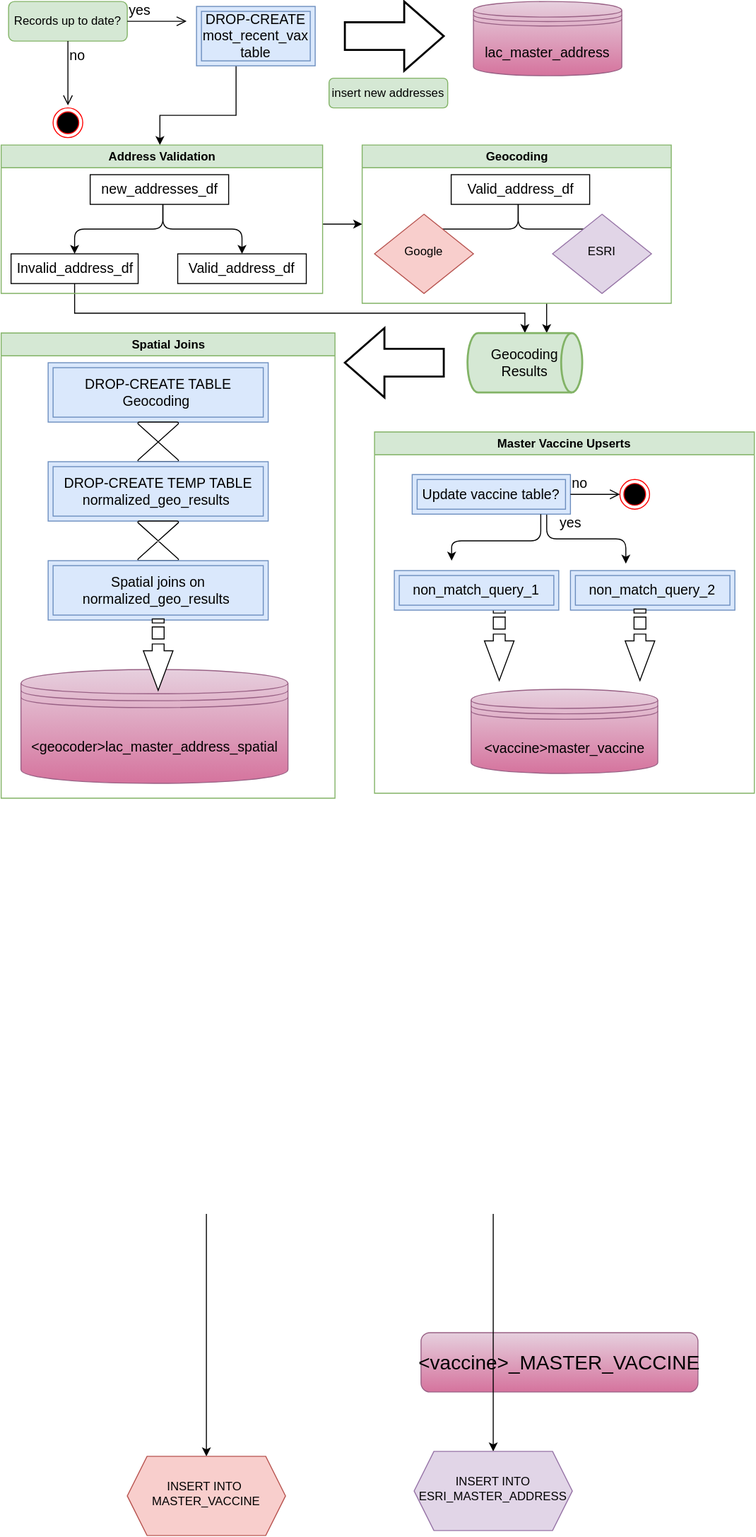
Primordial-Haggis/LA_county_vax_etl_workflow keeps this draw.io diagram as conolidated_address_pipeline.drawio.svg. Above is the earlier version. Source tidied: cells renumbered, new cells last; positions are measured from the earlier drawing's top-left corner, leaving out a move shared by most shapes. Source of this version:
```xml
<mxGraphModel>
  <root>
    <mxCell id="0" />
    <mxCell id="1" parent="0" />
    <mxCell id="2" value="&lt;font color=&quot;#000000&quot;&gt;&amp;lt;vaccine&amp;gt;_MASTER_VACCINE&lt;/font&gt;" style="rounded=1;whiteSpace=wrap;html=1;fontSize=20;fillColor=#e6d0de;gradientColor=#d5739d;strokeColor=#996185;" parent="1" vertex="1">
      <mxGeometry x="425" y="1345" width="280" height="60" as="geometry" />
    </mxCell>
    <mxCell id="3" style="edgeStyle=orthogonalEdgeStyle;rounded=0;jettySize=auto;html=1;fontSize=20;fontColor=#000000;" parent="1" edge="1" target="5">
      <mxGeometry relative="1" as="geometry">
        <mxPoint x="208" y="1225" as="sourcePoint" />
      </mxGeometry>
    </mxCell>
    <mxCell id="4" style="edgeStyle=orthogonalEdgeStyle;rounded=0;jettySize=auto;html=1;fontSize=20;fontColor=#000000;" parent="1" edge="1" target="6">
      <mxGeometry relative="1" as="geometry">
        <mxPoint x="498" y="1225" as="sourcePoint" />
      </mxGeometry>
    </mxCell>
    <mxCell id="5" value="INSERT INTO&amp;nbsp;&lt;br&gt;MASTER_VACCINE" style="shape=hexagon;perimeter=hexagonPerimeter2;whiteSpace=wrap;html=1;fixedSize=1;fillColor=#f8cecc;strokeColor=#b85450;shadow=0;strokeWidth=1;spacing=6;spacingTop=-4;" parent="1" vertex="1">
      <mxGeometry x="128" y="1470" width="160" height="80" as="geometry" />
    </mxCell>
    <mxCell id="6" value="INSERT INTO ESRI_MASTER_ADDRESS" style="shape=hexagon;perimeter=hexagonPerimeter2;whiteSpace=wrap;html=1;fixedSize=1;fillColor=#e1d5e7;strokeColor=#9673a6;shadow=0;strokeWidth=1;spacing=6;spacingTop=-4;" parent="1" vertex="1">
      <mxGeometry x="418" y="1465" width="160" height="80" as="geometry" />
    </mxCell>
    <mxCell id="7" value="insert new addresses" style="rounded=1;whiteSpace=wrap;html=1;fontSize=12;glass=0;strokeWidth=1;shadow=0;fillColor=#d5e8d4;strokeColor=#82b366;" parent="1" vertex="1">
      <mxGeometry x="332" y="77.5" width="120" height="30" as="geometry" />
    </mxCell>
    <mxCell id="8" value="&lt;font style=&quot;font-size: 14px;&quot;&gt;lac_master_address&lt;/font&gt;" style="shape=datastore;whiteSpace=wrap;html=1;fontSize=18;fontSize=20;fillColor=#e6d0de;gradientColor=#d5739d;strokeColor=#996185;" parent="1" vertex="1">
      <mxGeometry x="478" width="150" height="75" as="geometry" />
    </mxCell>
    <mxCell id="9" style="edgeStyle=orthogonalEdgeStyle;rounded=0;jettySize=auto;html=1;fontSize=14;exitX=0.5;exitY=1;exitDx=0;exitDy=0;" parent="1" edge="1" source="13" target="28">
      <mxGeometry relative="1" as="geometry">
        <Array as="points">
          <mxPoint x="75" y="315" />
          <mxPoint x="530" y="315" />
        </Array>
      </mxGeometry>
    </mxCell>
    <mxCell id="10" style="edgeStyle=orthogonalEdgeStyle;rounded=0;jettySize=auto;html=1;fontSize=14;entryX=0;entryY=0.5;entryDx=0;entryDy=0;" parent="1" edge="1" source="11" target="20">
      <mxGeometry relative="1" as="geometry">
        <Array as="points">
          <mxPoint x="338" y="225" />
          <mxPoint x="338" y="225" />
        </Array>
      </mxGeometry>
    </mxCell>
    <mxCell id="11" value="Address Validation" style="horizontal=1;whiteSpace=wrap;html=1;fontSize=12;glass=0;strokeWidth=1;shadow=0;fillColor=#d5e8d4;strokeColor=#82b366;swimlane;" parent="1" vertex="1">
      <mxGeometry x="0.5" y="145" width="325" height="150" as="geometry" />
    </mxCell>
    <mxCell id="12" value="new_addresses_df" style="whiteSpace=wrap;html=1;fontSize=14;" parent="11" vertex="1">
      <mxGeometry x="90" y="30" width="140" height="30" as="geometry" />
    </mxCell>
    <mxCell id="13" value="Invalid_address_df" style="whiteSpace=wrap;html=1;fontSize=14;" parent="11" vertex="1">
      <mxGeometry x="10" y="110" width="128.5" height="30" as="geometry" />
    </mxCell>
    <mxCell id="14" style="edgeStyle=elbowEdgeStyle;elbow=vertical;html=1;rounded=1;curved=0;sourcePerimeterSpacing=0;targetPerimeterSpacing=0;startSize=6;endSize=6;fontSize=14;" parent="11" edge="1" target="13">
      <mxGeometry relative="1" as="geometry">
        <mxPoint x="163.5" y="60" as="sourcePoint" />
      </mxGeometry>
    </mxCell>
    <mxCell id="15" style="edgeStyle=elbowEdgeStyle;elbow=vertical;html=1;rounded=1;curved=0;sourcePerimeterSpacing=0;targetPerimeterSpacing=0;startSize=6;endSize=6;fontSize=14;" parent="11" edge="1" target="16">
      <mxGeometry relative="1" as="geometry">
        <mxPoint x="163.5" y="60" as="sourcePoint" />
      </mxGeometry>
    </mxCell>
    <mxCell id="16" value="Valid_address_df" style="whiteSpace=wrap;html=1;fontSize=14;" parent="11" vertex="1">
      <mxGeometry x="178.5" y="110" width="130" height="30" as="geometry" />
    </mxCell>
    <mxCell id="17" style="edgeStyle=orthogonalEdgeStyle;rounded=0;jettySize=auto;html=1;fontSize=14;" parent="1" edge="1" source="18">
      <mxGeometry relative="1" as="geometry">
        <mxPoint x="161" y="145" as="targetPoint" />
        <Array as="points">
          <mxPoint x="238" y="115" />
          <mxPoint x="161" y="115" />
        </Array>
      </mxGeometry>
    </mxCell>
    <mxCell id="18" value="DROP-CREATE most_recent_vax table" style="shape=ext;margin=3;double=1;whiteSpace=wrap;html=1;align=center;fontSize=14;fillColor=#dae8fc;strokeColor=#6c8ebf;" parent="1" vertex="1">
      <mxGeometry x="198" y="5" width="120" height="60" as="geometry" />
    </mxCell>
    <mxCell id="19" style="edgeStyle=orthogonalEdgeStyle;rounded=0;jettySize=auto;html=1;fontSize=14;entryX=0.69;entryY=0;entryDx=0;entryDy=0;entryPerimeter=0;" parent="1" edge="1" target="28">
      <mxGeometry relative="1" as="geometry">
        <mxPoint x="552" y="305" as="sourcePoint" />
      </mxGeometry>
    </mxCell>
    <mxCell id="20" value="Geocoding" style="horizontal=1;whiteSpace=wrap;html=1;fontSize=12;glass=0;strokeWidth=1;shadow=0;fillColor=#d5e8d4;strokeColor=#82b366;swimlane;" parent="1" vertex="1">
      <mxGeometry x="365.5" y="145" width="312.5" height="160" as="geometry" />
    </mxCell>
    <mxCell id="21" value="Valid_address_df" style="whiteSpace=wrap;html=1;fontSize=14;" parent="20" vertex="1">
      <mxGeometry x="90" y="30" width="140" height="30" as="geometry" />
    </mxCell>
    <mxCell id="22" style="edgeStyle=elbowEdgeStyle;elbow=vertical;html=1;rounded=1;curved=0;targetPerimeterSpacing=0;startSize=6;endSize=6;fontSize=14;startArrow=none;" parent="20" edge="1" source="27">
      <mxGeometry relative="1" as="geometry">
        <mxPoint x="74.2" y="110" as="targetPoint" />
      </mxGeometry>
    </mxCell>
    <mxCell id="23" style="edgeStyle=elbowEdgeStyle;elbow=vertical;html=1;rounded=1;curved=0;targetPerimeterSpacing=0;startSize=6;endSize=6;fontSize=14;startArrow=none;" parent="20" edge="1" source="26">
      <mxGeometry relative="1" as="geometry">
        <mxPoint x="243.5" y="110" as="targetPoint" />
      </mxGeometry>
    </mxCell>
    <mxCell id="24" style="edgeStyle=elbowEdgeStyle;elbow=vertical;html=1;rounded=1;curved=0;sourcePerimeterSpacing=0;targetPerimeterSpacing=0;startSize=6;endSize=6;fontSize=14;" parent="20" edge="1">
      <mxGeometry relative="1" as="geometry">
        <mxPoint x="157.8" y="60" as="sourcePoint" />
        <mxPoint x="237.8" y="110" as="targetPoint" />
      </mxGeometry>
    </mxCell>
    <mxCell id="25" style="edgeStyle=elbowEdgeStyle;elbow=vertical;html=1;rounded=1;curved=0;sourcePerimeterSpacing=0;targetPerimeterSpacing=0;startSize=6;endSize=6;fontSize=14;" parent="20" edge="1">
      <mxGeometry relative="1" as="geometry">
        <mxPoint x="157.8" y="60" as="sourcePoint" />
        <mxPoint x="68.5" y="110" as="targetPoint" />
      </mxGeometry>
    </mxCell>
    <mxCell id="26" value="ESRI" style="rhombus;whiteSpace=wrap;html=1;shadow=0;fontFamily=Helvetica;fontSize=12;align=center;strokeWidth=1;spacing=6;spacingTop=-4;fillColor=#e1d5e7;strokeColor=#9673a6;" parent="20" vertex="1">
      <mxGeometry x="192.5" y="70" width="100" height="80" as="geometry" />
    </mxCell>
    <mxCell id="27" value="Google" style="rhombus;whiteSpace=wrap;html=1;shadow=0;fontFamily=Helvetica;fontSize=12;align=center;strokeWidth=1;spacing=6;spacingTop=-4;fillColor=#f8cecc;strokeColor=#b85450;" parent="20" vertex="1">
      <mxGeometry x="12.5" y="70" width="100" height="80" as="geometry" />
    </mxCell>
    <mxCell id="28" value="Geocoding Results" style="strokeWidth=2;html=1;shape=mxgraph.flowchart.direct_data;whiteSpace=wrap;fontSize=14;fillColor=#d5e8d4;strokeColor=#82b366;" parent="1" vertex="1">
      <mxGeometry x="472" y="335" width="116" height="60" as="geometry" />
    </mxCell>
    <mxCell id="29" style="verticalLabelPosition=bottom;verticalAlign=top;html=1;strokeWidth=2;shape=mxgraph.arrows2.arrow;dy=0.6;dx=40;notch=0;fontSize=14;rotation=-180;" parent="1" vertex="1">
      <mxGeometry x="348" y="330" width="100" height="70" as="geometry" />
    </mxCell>
    <mxCell id="30" value="Spatial Joins" style="horizontal=1;whiteSpace=wrap;html=1;fontSize=12;glass=0;strokeWidth=1;shadow=0;fillColor=#d5e8d4;strokeColor=#82b366;swimlane;" parent="1" vertex="1">
      <mxGeometry x="0.5" y="335" width="337.5" height="470" as="geometry" />
    </mxCell>
    <mxCell id="31" value="DROP-CREATE TABLE&lt;br&gt;Geocoding&amp;nbsp;" style="shape=ext;margin=3;double=1;whiteSpace=wrap;html=1;align=center;fontSize=14;fillColor=#dae8fc;strokeColor=#6c8ebf;" parent="30" vertex="1">
      <mxGeometry x="47.5" y="30" width="222.5" height="60" as="geometry" />
    </mxCell>
    <mxCell id="32" value="&lt;font style=&quot;font-size: 14px;&quot;&gt;&amp;lt;geocoder&amp;gt;lac_master_address_spatial&lt;/font&gt;" style="shape=datastore;whiteSpace=wrap;html=1;fontSize=18;fontSize=20;fillColor=#e6d0de;gradientColor=#d5739d;strokeColor=#996185;" parent="30" vertex="1">
      <mxGeometry x="20" y="340" width="270" height="115" as="geometry" />
    </mxCell>
    <mxCell id="33" style="verticalLabelPosition=bottom;verticalAlign=top;html=1;shape=mxgraph.flowchart.collate;fontSize=14;" parent="30" vertex="1">
      <mxGeometry x="138.1" y="90" width="41.2" height="40" as="geometry" />
    </mxCell>
    <mxCell id="34" value="DROP-CREATE TEMP TABLE&lt;br&gt;normalized_geo_results&amp;nbsp;" style="shape=ext;margin=3;double=1;whiteSpace=wrap;html=1;align=center;fontSize=14;fillColor=#dae8fc;strokeColor=#6c8ebf;" parent="30" vertex="1">
      <mxGeometry x="47.5" y="130" width="222.5" height="60" as="geometry" />
    </mxCell>
    <mxCell id="35" style="verticalLabelPosition=bottom;verticalAlign=top;html=1;shape=mxgraph.flowchart.collate;fontSize=14;" parent="30" vertex="1">
      <mxGeometry x="138.1" y="190" width="41.2" height="40" as="geometry" />
    </mxCell>
    <mxCell id="36" value="Spatial joins on normalized_geo_results&amp;nbsp;" style="shape=ext;margin=3;double=1;whiteSpace=wrap;html=1;align=center;fontSize=14;fillColor=#dae8fc;strokeColor=#6c8ebf;" parent="30" vertex="1">
      <mxGeometry x="47.5" y="230" width="222.5" height="60" as="geometry" />
    </mxCell>
    <mxCell id="37" style="html=1;shadow=0;dashed=0;align=center;verticalAlign=middle;shape=mxgraph.arrows2.stripedArrow;dy=0.6;dx=40;notch=25.24;fontSize=14;rotation=90;" parent="30" vertex="1">
      <mxGeometry x="122.7" y="310" width="72.2" height="30" as="geometry" />
    </mxCell>
    <mxCell id="38" style="verticalLabelPosition=bottom;verticalAlign=top;html=1;strokeWidth=2;shape=mxgraph.arrows2.arrow;dy=0.6;dx=40;notch=0;fontSize=14;rotation=0;" parent="1" vertex="1">
      <mxGeometry x="348" width="100" height="70" as="geometry" />
    </mxCell>
    <mxCell id="39" value="Master Vaccine Upserts" style="horizontal=1;whiteSpace=wrap;html=1;fontSize=12;glass=0;strokeWidth=1;shadow=0;fillColor=#d5e8d4;strokeColor=#82b366;swimlane;" parent="1" vertex="1">
      <mxGeometry x="378" y="435" width="384" height="365" as="geometry" />
    </mxCell>
    <mxCell id="40" style="html=1;shadow=0;dashed=0;align=center;verticalAlign=middle;shape=mxgraph.arrows2.stripedArrow;dy=0.6;dx=40;notch=25.24;fontSize=14;rotation=90;" parent="39" vertex="1">
      <mxGeometry x="90" y="200" width="72.2" height="30" as="geometry" />
    </mxCell>
    <mxCell id="41" value="&lt;font style=&quot;font-size: 14px;&quot;&gt;&amp;lt;vaccine&amp;gt;master_vaccine&lt;/font&gt;" style="shape=datastore;whiteSpace=wrap;html=1;fontSize=18;fontSize=20;fillColor=#e6d0de;gradientColor=#d5739d;strokeColor=#996185;" parent="39" vertex="1">
      <mxGeometry x="97.6" y="260" width="188.8" height="85" as="geometry" />
    </mxCell>
    <mxCell id="42" style="ellipse;html=1;shape=endState;fillColor=#000000;strokeColor=#ff0000;fontSize=14;" parent="39" vertex="1">
      <mxGeometry x="248.1" y="48" width="30" height="30" as="geometry" />
    </mxCell>
    <mxCell id="43" value="non_match_query_1" style="shape=ext;margin=3;double=1;whiteSpace=wrap;html=1;align=center;fontSize=14;fillColor=#dae8fc;strokeColor=#6c8ebf;" parent="39" vertex="1">
      <mxGeometry x="20" y="140" width="166.2" height="40" as="geometry" />
    </mxCell>
    <mxCell id="44" value="non_match_query_2" style="shape=ext;margin=3;double=1;whiteSpace=wrap;html=1;align=center;fontSize=14;fillColor=#dae8fc;strokeColor=#6c8ebf;" parent="39" vertex="1">
      <mxGeometry x="198.1" y="140" width="166.2" height="40" as="geometry" />
    </mxCell>
    <mxCell id="45" style="edgeStyle=elbowEdgeStyle;elbow=vertical;html=1;rounded=1;curved=0;sourcePerimeterSpacing=0;targetPerimeterSpacing=0;startSize=6;endSize=6;fontSize=14;" parent="39" edge="1">
      <mxGeometry relative="1" as="geometry">
        <mxPoint x="174.1" y="83" as="sourcePoint" />
        <mxPoint x="254.1" y="133" as="targetPoint" />
      </mxGeometry>
    </mxCell>
    <mxCell id="46" style="html=1;shadow=0;dashed=0;align=center;verticalAlign=middle;shape=mxgraph.arrows2.stripedArrow;dy=0.6;dx=40;notch=25.24;fontSize=14;rotation=90;" parent="39" vertex="1">
      <mxGeometry x="232.3" y="200" width="72.2" height="30" as="geometry" />
    </mxCell>
    <mxCell id="47" value="Update vaccine table?" style="shape=ext;margin=3;double=1;whiteSpace=wrap;html=1;align=center;fontSize=14;fillColor=#dae8fc;strokeColor=#6c8ebf;" parent="39" vertex="1">
      <mxGeometry x="38.1" y="43" width="160" height="40" as="geometry" />
    </mxCell>
    <mxCell id="48" value="no" style="edgeStyle=orthogonalEdgeStyle;html=1;align=left;verticalAlign=bottom;endArrow=open;endSize=8;rounded=0;fontSize=14;entryX=0;entryY=0.5;entryDx=0;entryDy=0;" parent="39" edge="1" source="47" target="42">
      <mxGeometry x="-1" relative="1" as="geometry" />
    </mxCell>
    <mxCell id="49" value="yes" style="edgeStyle=elbowEdgeStyle;elbow=vertical;html=1;rounded=1;curved=0;sourcePerimeterSpacing=0;targetPerimeterSpacing=0;startSize=6;endSize=6;fontSize=14;" parent="39" edge="1" source="47">
      <mxGeometry x="-0.87" y="30" relative="1" as="geometry">
        <mxPoint x="78" y="130" as="targetPoint" />
        <Array as="points">
          <mxPoint x="168.1" y="110" />
          <mxPoint x="128.1" y="120" />
          <mxPoint x="118.1" y="130" />
        </Array>
      </mxGeometry>
    </mxCell>
    <mxCell id="50" value="Records up to date?" style="rounded=1;whiteSpace=wrap;html=1;fontSize=12;glass=0;strokeWidth=1;shadow=0;fillColor=#d5e8d4;strokeColor=#82b366;" parent="1" vertex="1">
      <mxGeometry x="8" width="120" height="40" as="geometry" />
    </mxCell>
    <mxCell id="51" value="yes" style="edgeStyle=orthogonalEdgeStyle;html=1;align=left;verticalAlign=bottom;endArrow=open;endSize=8;rounded=0;fontSize=14;" parent="1" edge="1" source="50">
      <mxGeometry x="-1" relative="1" as="geometry">
        <mxPoint x="188" y="20" as="targetPoint" />
      </mxGeometry>
    </mxCell>
    <mxCell id="52" value="no" style="edgeStyle=orthogonalEdgeStyle;html=1;align=left;verticalAlign=top;endArrow=open;endSize=8;rounded=0;fontSize=14;" parent="1" edge="1" source="50">
      <mxGeometry x="-1" relative="1" as="geometry">
        <mxPoint x="68" y="105" as="targetPoint" />
        <Array as="points">
          <mxPoint x="68" y="85" />
          <mxPoint x="68" y="85" />
        </Array>
      </mxGeometry>
    </mxCell>
    <mxCell id="53" style="ellipse;html=1;shape=endState;fillColor=#000000;strokeColor=#ff0000;fontSize=14;" parent="1" vertex="1">
      <mxGeometry x="53" y="107.5" width="30" height="30" as="geometry" />
    </mxCell>
  </root>
</mxGraphModel>
```
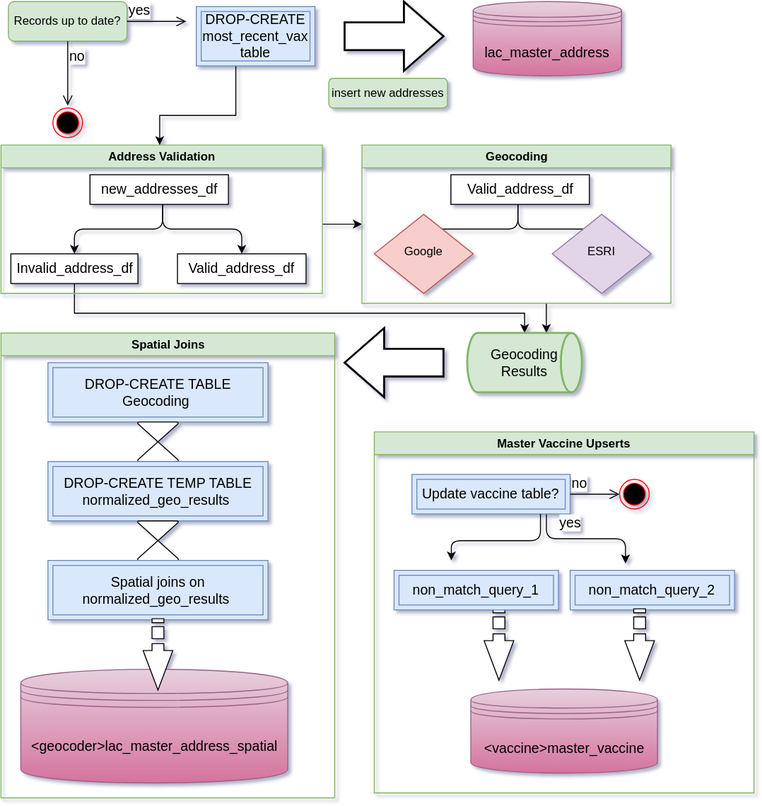
After the change.

Diff of the diagram source:
```diff
@@ -2,25 +2,6 @@
   <root>
     <mxCell id="0" />
     <mxCell id="1" parent="0" />
-    <mxCell id="2" value="&lt;font color=&quot;#000000&quot;&gt;&amp;lt;vaccine&amp;gt;_MASTER_VACCINE&lt;/font&gt;" style="rounded=1;whiteSpace=wrap;html=1;fontSize=20;fillColor=#e6d0de;gradientColor=#d5739d;strokeColor=#996185;" parent="1" vertex="1">
-      <mxGeometry x="425" y="1345" width="280" height="60" as="geometry" />
-    </mxCell>
-    <mxCell id="3" style="edgeStyle=orthogonalEdgeStyle;rounded=0;jettySize=auto;html=1;fontSize=20;fontColor=#000000;" parent="1" edge="1" target="5">
-      <mxGeometry relative="1" as="geometry">
-        <mxPoint x="208" y="1225" as="sourcePoint" />
-      </mxGeometry>
-    </mxCell>
-    <mxCell id="4" style="edgeStyle=orthogonalEdgeStyle;rounded=0;jettySize=auto;html=1;fontSize=20;fontColor=#000000;" parent="1" edge="1" target="6">
-      <mxGeometry relative="1" as="geometry">
-        <mxPoint x="498" y="1225" as="sourcePoint" />
-      </mxGeometry>
-    </mxCell>
-    <mxCell id="5" value="INSERT INTO&amp;nbsp;&lt;br&gt;MASTER_VACCINE" style="shape=hexagon;perimeter=hexagonPerimeter2;whiteSpace=wrap;html=1;fixedSize=1;fillColor=#f8cecc;strokeColor=#b85450;shadow=0;strokeWidth=1;spacing=6;spacingTop=-4;" parent="1" vertex="1">
-      <mxGeometry x="128" y="1470" width="160" height="80" as="geometry" />
-    </mxCell>
-    <mxCell id="6" value="INSERT INTO ESRI_MASTER_ADDRESS" style="shape=hexagon;perimeter=hexagonPerimeter2;whiteSpace=wrap;html=1;fixedSize=1;fillColor=#e1d5e7;strokeColor=#9673a6;shadow=0;strokeWidth=1;spacing=6;spacingTop=-4;" parent="1" vertex="1">
-      <mxGeometry x="418" y="1465" width="160" height="80" as="geometry" />
-    </mxCell>
     <mxCell id="7" value="insert new addresses" style="rounded=1;whiteSpace=wrap;html=1;fontSize=12;glass=0;strokeWidth=1;shadow=0;fillColor=#d5e8d4;strokeColor=#82b366;" parent="1" vertex="1">
       <mxGeometry x="332" y="77.5" width="120" height="30" as="geometry" />
     </mxCell>
```
